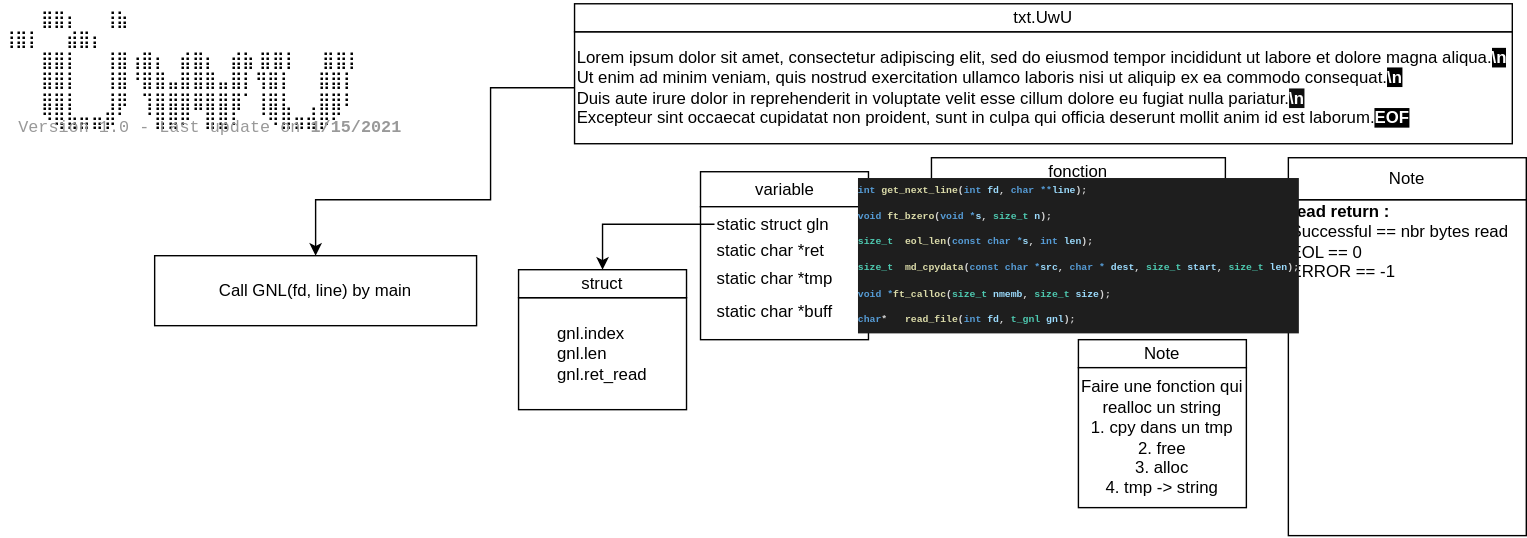
Above: _src/plan.svg in Matthew-Dreemurr/42_get_next_line (draw.io), before the change. Source tidied: cells renumbered, new cells last; positions are measured from the earlier drawing's top-left corner, leaving out a move shared by most shapes.
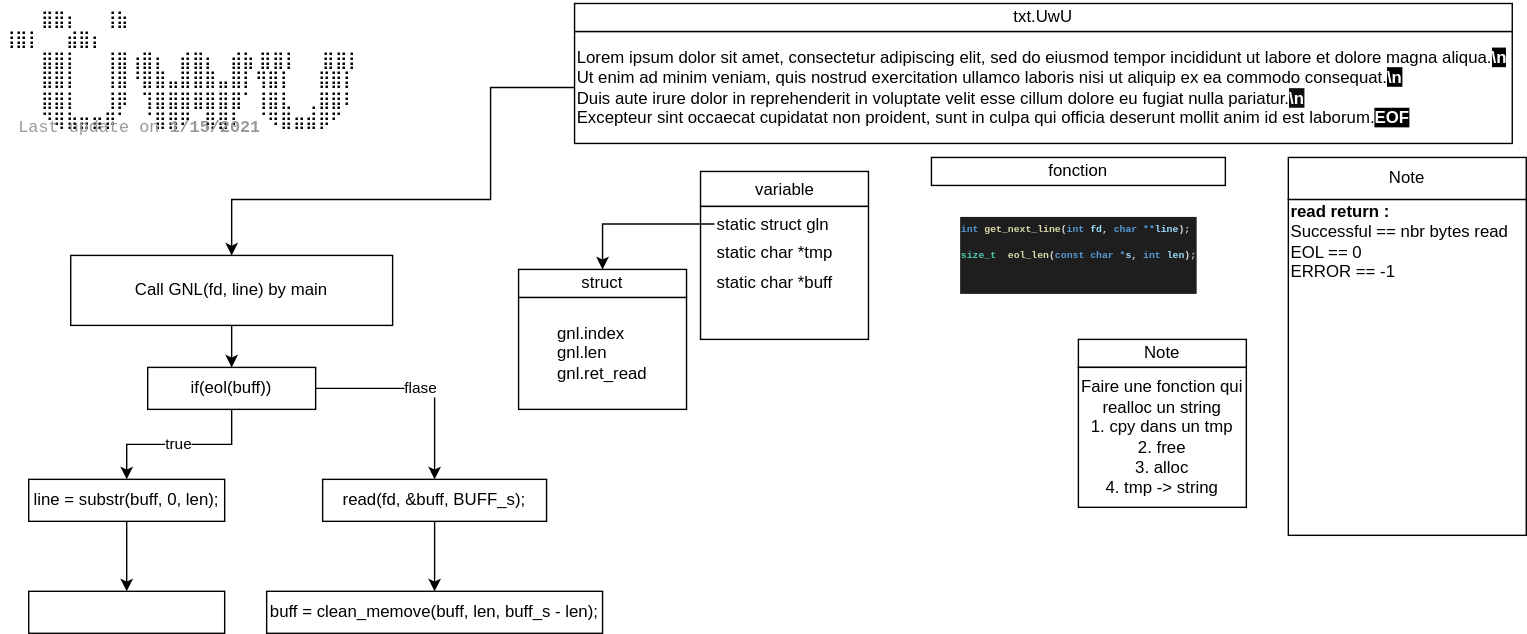
After the change.

What changed in the source:
```diff
@@ -11,8 +11,11 @@
     <mxCell id="4" value="struct" style="rounded=0;whiteSpace=wrap;html=1;" parent="1" vertex="1">
       <mxGeometry x="370" y="192" width="120" height="20" as="geometry" />
     </mxCell>
+    <mxCell id="25" style="edgeStyle=orthogonalEdgeStyle;rounded=0;jettySize=auto;html=1;entryX=0.5;entryY=0;entryDx=0;entryDy=0;" parent="1" edge="1" source="5" target="28">
+      <mxGeometry relative="1" as="geometry" />
+    </mxCell>
     <mxCell id="5" value="Call GNL(fd, line) by main" style="whiteSpace=wrap;html=1;" parent="1" vertex="1">
-      <mxGeometry x="110" y="182" width="230" height="50" as="geometry" />
+      <mxGeometry x="50" y="182" width="230" height="50" as="geometry" />
     </mxCell>
     <mxCell id="6" style="whiteSpace=wrap;html=1;" parent="1" vertex="1">
       <mxGeometry x="500" y="147" width="120" height="95" as="geometry" />
@@ -26,15 +29,12 @@
     <mxCell id="9" value="&lt;div&gt;&lt;span&gt;static struct&amp;nbsp;&lt;/span&gt;&lt;span&gt;gln&lt;/span&gt;&lt;/div&gt;" style="text;html=1;align=left;verticalAlign=middle;points=[];" parent="1" vertex="1">
       <mxGeometry x="510" y="149.5" width="100" height="20" as="geometry" />
     </mxCell>
-    <mxCell id="10" value="static char *&lt;span style=&quot;text-align: center&quot;&gt;ret&lt;/span&gt;" style="text;html=1;align=left;verticalAlign=middle;" parent="1" vertex="1">
-      <mxGeometry x="510" y="169.5" width="90" height="20" as="geometry" />
-    </mxCell>
     <mxCell id="11" style="edgeStyle=orthogonalEdgeStyle;rounded=0;jettySize=auto;html=1;exitX=0;exitY=0.5;exitDx=0;exitDy=0;entryX=0.5;entryY=0;entryDx=0;entryDy=0;" parent="1" edge="1" source="12" target="5">
       <mxGeometry relative="1" as="geometry">
         <Array as="points">
           <mxPoint x="350" y="62" />
           <mxPoint x="350" y="142" />
-          <mxPoint x="225" y="142" />
+          <mxPoint x="165" y="142" />
         </Array>
       </mxGeometry>
     </mxCell>
@@ -45,13 +45,13 @@
       <mxGeometry x="410" y="2" width="670" height="20" as="geometry" />
     </mxCell>
     <mxCell id="14" value="static char *tmp" style="text;html=1;align=left;verticalAlign=middle;" parent="1" vertex="1">
-      <mxGeometry x="510" y="189.5" width="100" height="20" as="geometry" />
+      <mxGeometry x="510" y="169.5" width="100" height="20" as="geometry" />
     </mxCell>
     <mxCell id="15" value="&lt;div&gt;&lt;span&gt;⠀⠀⠀⣿⣿⡆⠀⠀⢸⣷⠀⠀⠀⠀⠀⠀⠀⠀⠀⠀⠀ ⢸⣿⡇⠀⠀⣾⣿⡆⠀&lt;/span&gt;&lt;br&gt;&lt;/div&gt;&lt;div&gt;⠀⠀⠀⣿⣿⡇⠀⠀⢸⣿⢰⣿⡆⠀⣾⣿⡆⠀⣾⣷ ⣿⣿⡇⠀⠀⣿⣿⡇⠀&lt;/div&gt;&lt;div&gt;⠀⠀⠀⣿⣿⡇⠀⠀⢸⣿⠘⣿⣿⣤⣿⣿⣿⣤⣿⡇⢻⣿⡇⠀⠀⣿⣿⡇⠀&lt;/div&gt;&lt;div&gt;⠀⠀⠀⣿⣿⡇⠀⠀⢸⡿⠀⢹⣿⣿⣿⣿⣿⣿⣿⠁⢸⣿⣇⠀⢀⣿⣿⠇⠀&lt;/div&gt;&lt;div&gt;⠀⠀⠀⠙⢿⣷⣶⣶⡿⠁⠀⠈⣿⣿⠟⠀⣿⣿⠇⠀⠈⠻⣿⣶⣾⡿⠋⠀⠀&lt;/div&gt;" style="text;whiteSpace=wrap;html=1;" parent="1" vertex="1">
       <mxGeometry width="269" height="102" as="geometry" />
     </mxCell>
-    <mxCell id="16" value="&lt;span id=&quot;docs-internal-guid-1e38e52b-7fff-8f5c-a573-f6f7557a37ae&quot;&gt;&lt;span style=&quot;font-size: 9pt ; font-family: &amp;#34;source code pro&amp;#34; , monospace ; color: rgb(153 , 153 , 153) ; background-color: transparent ; vertical-align: baseline&quot;&gt;Version 1.0 - Last update on &lt;b&gt;1&lt;/b&gt;&lt;/span&gt;&lt;span style=&quot;font-size: 9pt ; font-family: &amp;#34;source code pro&amp;#34; , monospace ; color: rgb(153 , 153 , 153) ; background-color: transparent ; font-weight: 700 ; vertical-align: baseline&quot;&gt;/15/2021&lt;/span&gt;&lt;/span&gt;" style="text;html=1;align=left;verticalAlign=middle;" parent="1" vertex="1">
-      <mxGeometry x="11" y="80" width="270" height="20" as="geometry" />
+    <mxCell id="16" value="&lt;span id=&quot;docs-internal-guid-1e38e52b-7fff-8f5c-a573-f6f7557a37ae&quot;&gt;&lt;span style=&quot;font-size: 9pt ; font-family: &amp;#34;source code pro&amp;#34; , monospace ; color: rgb(153 , 153 , 153) ; background-color: transparent ; vertical-align: baseline&quot;&gt;Last update on &lt;b&gt;1&lt;/b&gt;&lt;/span&gt;&lt;span style=&quot;font-size: 9pt ; font-family: &amp;#34;source code pro&amp;#34; , monospace ; color: rgb(153 , 153 , 153) ; background-color: transparent ; font-weight: 700 ; vertical-align: baseline&quot;&gt;/15/2021&lt;/span&gt;&lt;/span&gt;" style="text;html=1;align=left;verticalAlign=middle;" parent="1" vertex="1">
+      <mxGeometry x="11" y="80" width="170" height="20" as="geometry" />
     </mxCell>
     <mxCell id="17" style="whiteSpace=wrap;html=1;" parent="1" vertex="1">
       <mxGeometry x="920" y="142" width="170" height="240" as="geometry" />
@@ -65,11 +65,11 @@
     <mxCell id="20" value="fonction" style="whiteSpace=wrap;html=1;" parent="1" vertex="1">
       <mxGeometry x="665" y="112" width="210" height="20" as="geometry" />
     </mxCell>
-    <mxCell id="21" value="&lt;div style=&quot;font-family: &amp;#34;menlo&amp;#34; , &amp;#34;monaco&amp;#34; , &amp;#34;courier new&amp;#34; , monospace ; text-align: left ; font-size: 7px&quot;&gt;&lt;div style=&quot;color: rgb(212 , 212 , 212) ; background-color: rgb(30 , 30 , 30) ; font-family: &amp;#34;menlo&amp;#34; , &amp;#34;monaco&amp;#34; , &amp;#34;courier new&amp;#34; , monospace ; line-height: 18px&quot;&gt;&lt;div&gt;&lt;b&gt;&lt;span style=&quot;color: #569cd6&quot;&gt;int&lt;/span&gt; &lt;span style=&quot;color: #dcdcaa&quot;&gt;get_next_line&lt;/span&gt;(&lt;span style=&quot;color: #569cd6&quot;&gt;int&lt;/span&gt; &lt;span style=&quot;color: #9cdcfe&quot;&gt;fd&lt;/span&gt;, &lt;span style=&quot;color: #569cd6&quot;&gt;char&lt;/span&gt; &lt;span style=&quot;color: #569cd6&quot;&gt;**&lt;/span&gt;&lt;span style=&quot;color: #9cdcfe&quot;&gt;line&lt;/span&gt;);&lt;/b&gt;&lt;/div&gt;&lt;div&gt;&lt;b&gt;&lt;span style=&quot;color: #569cd6&quot;&gt;void&lt;/span&gt;    &lt;span style=&quot;color: #dcdcaa&quot;&gt;ft_bzero&lt;/span&gt;(&lt;span style=&quot;color: #569cd6&quot;&gt;void&lt;/span&gt; &lt;span style=&quot;color: #569cd6&quot;&gt;*&lt;/span&gt;&lt;span style=&quot;color: #9cdcfe&quot;&gt;s&lt;/span&gt;, &lt;span style=&quot;color: #4ec9b0&quot;&gt;size_t&lt;/span&gt; &lt;span style=&quot;color: #9cdcfe&quot;&gt;n&lt;/span&gt;);&lt;/b&gt;&lt;/div&gt;&lt;div style=&quot;font-family: &amp;#34;consolas&amp;#34; , &amp;#34;courier new&amp;#34; , monospace ; line-height: 19px&quot;&gt;&lt;div&gt;&lt;b&gt;&lt;span style=&quot;color: #4ec9b0&quot;&gt;size_t&lt;/span&gt;&amp;nbsp;&amp;nbsp;&lt;span style=&quot;color: #dcdcaa&quot;&gt;eol_len&lt;/span&gt;(&lt;span style=&quot;color: #569cd6&quot;&gt;const&lt;/span&gt;&amp;nbsp;&lt;span style=&quot;color: #569cd6&quot;&gt;char&lt;/span&gt;&amp;nbsp;&lt;span style=&quot;color: #569cd6&quot;&gt;*&lt;/span&gt;&lt;span style=&quot;color: #9cdcfe&quot;&gt;s&lt;/span&gt;,&amp;nbsp;&lt;span style=&quot;color: #569cd6&quot;&gt;int&lt;/span&gt;&amp;nbsp;&lt;span style=&quot;color: #9cdcfe&quot;&gt;len&lt;/span&gt;);&lt;/b&gt;&lt;/div&gt;&lt;div&gt;&lt;b&gt;&lt;span style=&quot;color: #4ec9b0&quot;&gt;&lt;/span&gt;&lt;/b&gt;&lt;/div&gt;&lt;/div&gt;&lt;div style=&quot;font-family: &amp;#34;consolas&amp;#34; , &amp;#34;courier new&amp;#34; , monospace ; line-height: 19px&quot;&gt;&lt;div&gt;&lt;b&gt;&lt;span style=&quot;color: #4ec9b0&quot;&gt;size_t&lt;/span&gt;&amp;nbsp;&amp;nbsp;&lt;span style=&quot;color: #dcdcaa&quot;&gt;md_cpydata&lt;/span&gt;(&lt;span style=&quot;color: #569cd6&quot;&gt;const&lt;/span&gt;&amp;nbsp;&lt;span style=&quot;color: #569cd6&quot;&gt;char&lt;/span&gt;&amp;nbsp;&lt;span style=&quot;color: #569cd6&quot;&gt;*&lt;/span&gt;&lt;span style=&quot;color: #9cdcfe&quot;&gt;src&lt;/span&gt;,&amp;nbsp;&lt;span style=&quot;color: #569cd6&quot;&gt;char&lt;/span&gt;&amp;nbsp;&lt;span style=&quot;color: #569cd6&quot;&gt;*&lt;/span&gt;&amp;nbsp;&lt;span style=&quot;color: #9cdcfe&quot;&gt;dest&lt;/span&gt;,&amp;nbsp;&lt;span style=&quot;color: #4ec9b0&quot;&gt;size_t&lt;/span&gt;&amp;nbsp;&lt;span style=&quot;color: #9cdcfe&quot;&gt;start&lt;/span&gt;,&amp;nbsp;&lt;span style=&quot;color: #4ec9b0&quot;&gt;size_t&lt;/span&gt;&amp;nbsp;&lt;span style=&quot;color: #9cdcfe&quot;&gt;len&lt;/span&gt;);&lt;/b&gt;&lt;/div&gt;&lt;div&gt;&lt;b&gt;&lt;span style=&quot;color: #569cd6&quot;&gt;&lt;/span&gt;&lt;/b&gt;&lt;/div&gt;&lt;/div&gt;&lt;div&gt;&lt;b&gt;&lt;span style=&quot;color: rgb(86 , 156 , 214)&quot;&gt;void&lt;/span&gt;    &lt;span style=&quot;color: rgb(86 , 156 , 214)&quot;&gt;*&lt;/span&gt;&lt;span style=&quot;color: rgb(220 , 220 , 170)&quot;&gt;ft_calloc&lt;/span&gt;(&lt;span style=&quot;color: rgb(78 , 201 , 176)&quot;&gt;size_t&lt;/span&gt; &lt;span style=&quot;color: rgb(156 , 220 , 254)&quot;&gt;nmemb&lt;/span&gt;, &lt;span style=&quot;color: rgb(78 , 201 , 176)&quot;&gt;size_t&lt;/span&gt; &lt;span style=&quot;color: rgb(156 , 220 , 254)&quot;&gt;size&lt;/span&gt;);&lt;br&gt;&lt;/b&gt;&lt;/div&gt;&lt;div&gt;&lt;div style=&quot;font-family: &amp;#34;consolas&amp;#34; , &amp;#34;courier new&amp;#34; , monospace ; line-height: 19px&quot;&gt;&lt;div&gt;&lt;b&gt;&lt;span style=&quot;color: #569cd6&quot;&gt;char&lt;/span&gt;*&amp;nbsp;&amp;nbsp;&amp;nbsp;&lt;span style=&quot;color: #dcdcaa&quot;&gt;read_file&lt;/span&gt;(&lt;span style=&quot;color: #569cd6&quot;&gt;int&lt;/span&gt;&amp;nbsp;&lt;span style=&quot;color: #9cdcfe&quot;&gt;fd&lt;/span&gt;,&amp;nbsp;&lt;span style=&quot;color: #4ec9b0&quot;&gt;t_gnl&lt;/span&gt;&amp;nbsp;&lt;span style=&quot;color: #9cdcfe&quot;&gt;gnl&lt;/span&gt;);&lt;/b&gt;&lt;/div&gt;&lt;div&gt;&lt;/div&gt;&lt;/div&gt;&lt;/div&gt;&lt;/div&gt;&lt;/div&gt;" style="text;html=1;align=center;verticalAlign=middle;" parent="1" vertex="1">
-      <mxGeometry x="620" y="122" width="300" height="120" as="geometry" />
+    <mxCell id="21" value="&lt;div style=&quot;font-family: &amp;#34;menlo&amp;#34; , &amp;#34;monaco&amp;#34; , &amp;#34;courier new&amp;#34; , monospace ; text-align: left ; font-size: 7px&quot;&gt;&lt;div style=&quot;color: rgb(212 , 212 , 212) ; background-color: rgb(30 , 30 , 30) ; font-family: &amp;#34;menlo&amp;#34; , &amp;#34;monaco&amp;#34; , &amp;#34;courier new&amp;#34; , monospace ; line-height: 18px&quot;&gt;&lt;div&gt;&lt;b&gt;&lt;span style=&quot;color: #569cd6&quot;&gt;int&lt;/span&gt; &lt;span style=&quot;color: #dcdcaa&quot;&gt;get_next_line&lt;/span&gt;(&lt;span style=&quot;color: #569cd6&quot;&gt;int&lt;/span&gt; &lt;span style=&quot;color: #9cdcfe&quot;&gt;fd&lt;/span&gt;, &lt;span style=&quot;color: #569cd6&quot;&gt;char&lt;/span&gt; &lt;span style=&quot;color: #569cd6&quot;&gt;**&lt;/span&gt;&lt;span style=&quot;color: #9cdcfe&quot;&gt;line&lt;/span&gt;);&lt;/b&gt;&lt;/div&gt;&lt;div&gt;&lt;b style=&quot;font-family: &amp;#34;consolas&amp;#34; , &amp;#34;courier new&amp;#34; , monospace&quot;&gt;&lt;span style=&quot;color: #4ec9b0&quot;&gt;size_t&lt;/span&gt;&amp;nbsp;&amp;nbsp;&lt;span style=&quot;color: #dcdcaa&quot;&gt;eol_len&lt;/span&gt;(&lt;span style=&quot;color: #569cd6&quot;&gt;const&lt;/span&gt;&amp;nbsp;&lt;span style=&quot;color: #569cd6&quot;&gt;char&lt;/span&gt;&amp;nbsp;&lt;span style=&quot;color: #569cd6&quot;&gt;*&lt;/span&gt;&lt;span style=&quot;color: #9cdcfe&quot;&gt;s&lt;/span&gt;,&amp;nbsp;&lt;span style=&quot;color: #569cd6&quot;&gt;int&lt;/span&gt;&amp;nbsp;&lt;span style=&quot;color: #9cdcfe&quot;&gt;len&lt;/span&gt;);&lt;/b&gt;&lt;br&gt;&lt;/div&gt;&lt;div style=&quot;font-family: &amp;#34;consolas&amp;#34; , &amp;#34;courier new&amp;#34; , monospace ; line-height: 19px&quot;&gt;&lt;div&gt;&lt;b&gt;&lt;span style=&quot;color: #4ec9b0&quot;&gt;&lt;/span&gt;&lt;/b&gt;&lt;/div&gt;&lt;/div&gt;&lt;div style=&quot;font-family: &amp;#34;consolas&amp;#34; , &amp;#34;courier new&amp;#34; , monospace ; line-height: 19px&quot;&gt;&lt;div&gt;&lt;br&gt;&lt;/div&gt;&lt;/div&gt;&lt;div&gt;&lt;div style=&quot;font-family: &amp;#34;consolas&amp;#34; , &amp;#34;courier new&amp;#34; , monospace ; line-height: 19px&quot;&gt;&lt;div&gt;&lt;/div&gt;&lt;/div&gt;&lt;/div&gt;&lt;/div&gt;&lt;/div&gt;" style="text;html=1;align=center;verticalAlign=middle;" parent="1" vertex="1">
+      <mxGeometry x="680" y="152" width="180" height="60" as="geometry" />
     </mxCell>
     <mxCell id="22" value="static char *buff" style="text;html=1;align=left;verticalAlign=middle;" parent="1" vertex="1">
-      <mxGeometry x="510" y="212" width="100" height="20" as="geometry" />
+      <mxGeometry x="510" y="192" width="100" height="20" as="geometry" />
     </mxCell>
     <mxCell id="23" value="Note" style="whiteSpace=wrap;html=1;" parent="1" vertex="1">
       <mxGeometry x="770" y="242" width="120" height="20" as="geometry" />
@@ -77,5 +77,32 @@
     <mxCell id="24" value="Faire une fonction qui realloc un string&lt;br&gt;1. cpy dans un tmp&lt;br&gt;2. free&lt;br&gt;3. alloc&lt;br&gt;4. tmp -&amp;gt; string&lt;br&gt;" style="whiteSpace=wrap;html=1;" parent="1" vertex="1">
       <mxGeometry x="770" y="262" width="120" height="100" as="geometry" />
     </mxCell>
+    <mxCell id="26" value="true&lt;br&gt;" style="edgeStyle=orthogonalEdgeStyle;rounded=0;jettySize=auto;html=1;" parent="1" edge="1" source="28" target="32">
+      <mxGeometry relative="1" as="geometry" />
+    </mxCell>
+    <mxCell id="27" value="flase&lt;br&gt;" style="edgeStyle=orthogonalEdgeStyle;rounded=0;jettySize=auto;html=1;" parent="1" edge="1" source="28" target="30">
+      <mxGeometry relative="1" as="geometry" />
+    </mxCell>
+    <mxCell id="28" value="if(eol(buff))" style="whiteSpace=wrap;html=1;" parent="1" vertex="1">
+      <mxGeometry x="105" y="262" width="120" height="30" as="geometry" />
+    </mxCell>
+    <mxCell id="29" style="edgeStyle=orthogonalEdgeStyle;rounded=0;jettySize=auto;html=1;entryX=0.5;entryY=0;entryDx=0;entryDy=0;" parent="1" edge="1" source="30" target="34">
+      <mxGeometry relative="1" as="geometry" />
+    </mxCell>
+    <mxCell id="30" value="read(fd, &amp;amp;buff, BUFF_s);" style="whiteSpace=wrap;html=1;" parent="1" vertex="1">
+      <mxGeometry x="230" y="342" width="160" height="30" as="geometry" />
+    </mxCell>
+    <mxCell id="31" style="edgeStyle=orthogonalEdgeStyle;rounded=0;jettySize=auto;html=1;entryX=0.5;entryY=0;entryDx=0;entryDy=0;" parent="1" edge="1" source="32" target="33">
+      <mxGeometry relative="1" as="geometry" />
+    </mxCell>
+    <mxCell id="32" value="line = substr(buff, 0, len);" style="whiteSpace=wrap;html=1;" parent="1" vertex="1">
+      <mxGeometry x="20" y="342" width="140" height="30" as="geometry" />
+    </mxCell>
+    <mxCell id="33" style="whiteSpace=wrap;html=1;" parent="1" vertex="1">
+      <mxGeometry x="20" y="422" width="140" height="30" as="geometry" />
+    </mxCell>
+    <mxCell id="34" value="buff = clean_memove(buff, len, buff_s - len);" style="whiteSpace=wrap;html=1;" parent="1" vertex="1">
+      <mxGeometry x="190" y="422" width="240" height="30" as="geometry" />
+    </mxCell>
   </root>
 </mxGraphModel>
```
